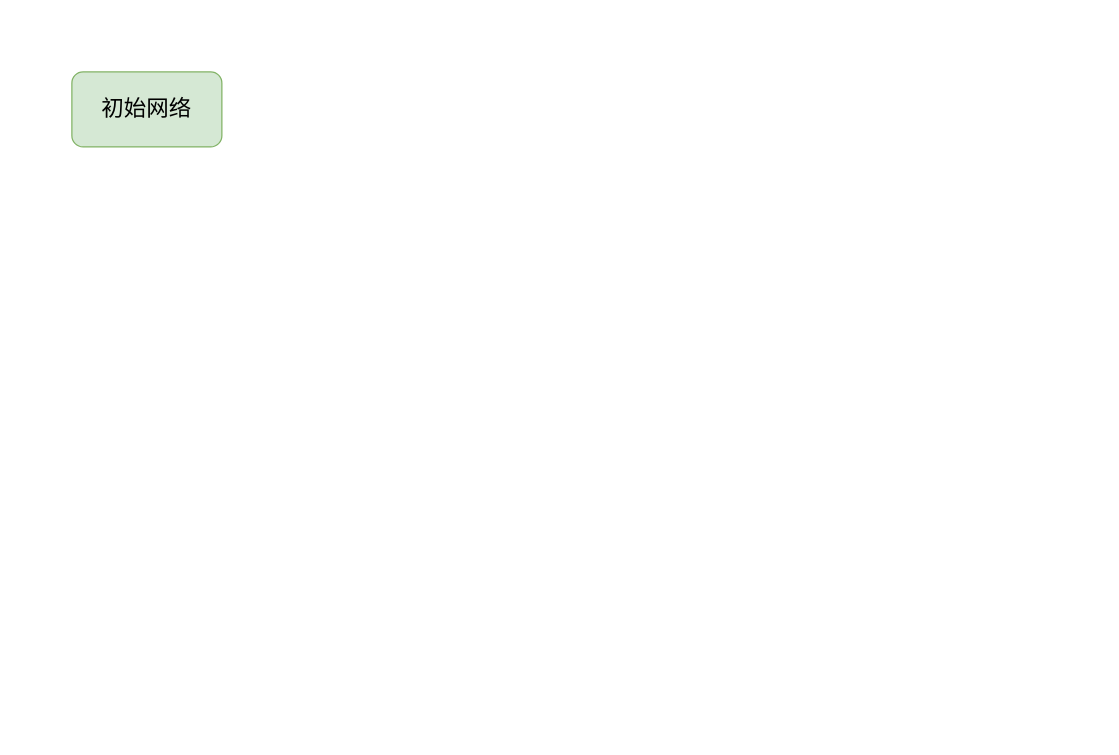
Bukayoooo/Draws keeps this draw.io diagram as 未命名绘图.drawio. Above is the earlier version. Source tidied: cells renumbered, new cells numbered last; positions are measured from the earlier drawing's top-left corner, leaving out a move shared by most shapes. Both pictures are drawn from the tidied source at 125%, with x=0, y=0 at pixel (71, 71).
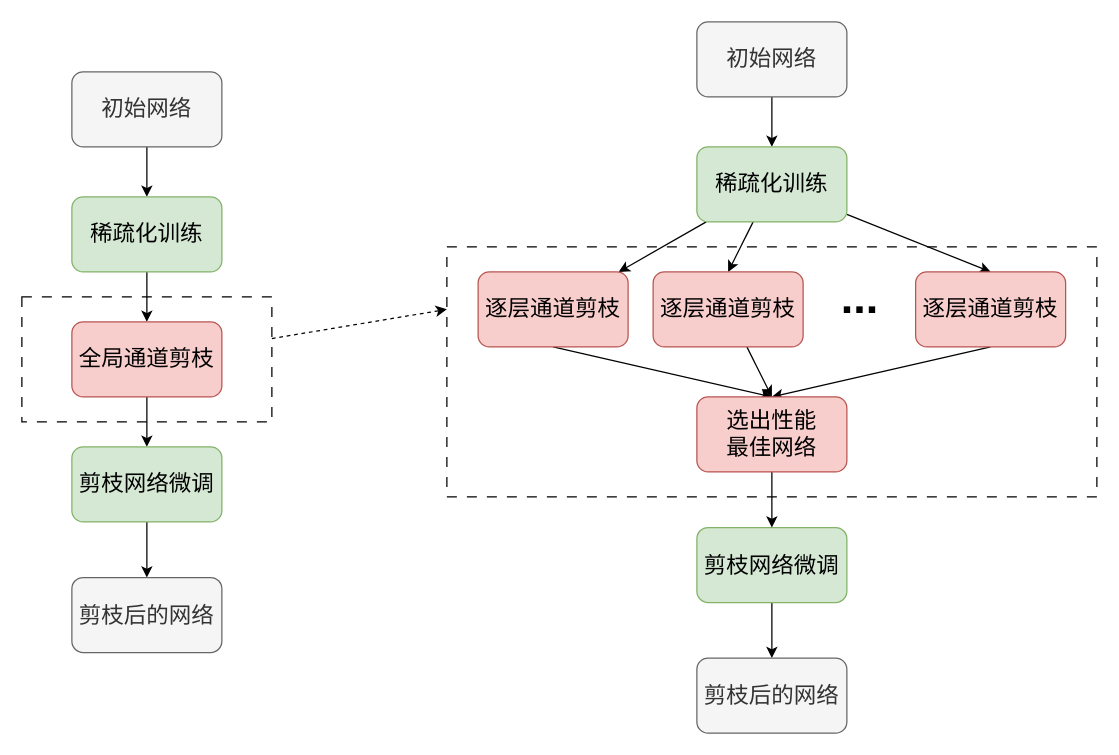
The same diagram, later.

Diff of the diagram source:
```diff
@@
+    <mxCell id="3" style="edgeStyle=orthogonalEdgeStyle;rounded=0;jettySize=auto;html=1;fontSize=18;" parent="1" edge="1" source="2" target="5">
+      <mxGeometry relative="1" as="geometry" />
+    </mxCell>
-    <mxCell id="2" value="&lt;font style=&quot;font-size: 18px;&quot;&gt;初始网络&lt;/font&gt;" style="rounded=1;whiteSpace=wrap;html=1;fillColor=#d5e8d4;strokeColor=#82b366;" parent="1" vertex="1">
+    <mxCell id="2" value="&lt;font style=&quot;font-size: 18px;&quot;&gt;初始网络&lt;/font&gt;" style="rounded=1;whiteSpace=wrap;html=1;fillColor=#f5f5f5;strokeColor=#666666;fontColor=#333333;" parent="1" vertex="1">
       <mxGeometry width="120" height="60" as="geometry" />
     </mxCell>
+    <mxCell id="4" style="edgeStyle=orthogonalEdgeStyle;rounded=0;jettySize=auto;html=1;fontSize=18;" parent="1" edge="1" source="5" target="7">
+      <mxGeometry relative="1" as="geometry" />
+    </mxCell>
+    <mxCell id="5" value="&lt;span style=&quot;font-size: 18px;&quot;&gt;稀疏化训练&lt;/span&gt;" style="rounded=1;whiteSpace=wrap;html=1;fillColor=#d5e8d4;strokeColor=#82b366;" parent="1" vertex="1">
+      <mxGeometry y="100" width="120" height="60" as="geometry" />
+    </mxCell>
+    <mxCell id="6" style="edgeStyle=orthogonalEdgeStyle;rounded=0;jettySize=auto;html=1;fontSize=18;" parent="1" edge="1" source="7" target="9">
+      <mxGeometry relative="1" as="geometry" />
+    </mxCell>
+    <mxCell id="7" value="&lt;span style=&quot;font-size: 18px;&quot;&gt;全局通道剪枝&lt;/span&gt;" style="rounded=1;whiteSpace=wrap;html=1;fillColor=#f8cecc;strokeColor=#b85450;" parent="1" vertex="1">
+      <mxGeometry y="200" width="120" height="60" as="geometry" />
+    </mxCell>
+    <mxCell id="8" style="edgeStyle=orthogonalEdgeStyle;rounded=0;jettySize=auto;html=1;fontSize=18;" parent="1" edge="1" source="9" target="10">
+      <mxGeometry relative="1" as="geometry" />
+    </mxCell>
+    <mxCell id="9" value="&lt;span style=&quot;font-size: 18px;&quot;&gt;剪枝网络微调&lt;/span&gt;" style="rounded=1;whiteSpace=wrap;html=1;fillColor=#d5e8d4;strokeColor=#82b366;" parent="1" vertex="1">
+      <mxGeometry y="300" width="120" height="60" as="geometry" />
+    </mxCell>
+    <mxCell id="10" value="&lt;font style=&quot;font-size: 18px;&quot;&gt;剪枝后的网络&lt;/font&gt;" style="rounded=1;whiteSpace=wrap;html=1;fillColor=#f5f5f5;strokeColor=#666666;fontColor=#333333;" parent="1" vertex="1">
+      <mxGeometry y="404.5" width="120" height="60" as="geometry" />
+    </mxCell>
+    <mxCell id="11" style="edgeStyle=none;rounded=0;jettySize=auto;html=1;entryX=0;entryY=0.25;entryDx=0;entryDy=0;fontSize=36;dashed=1;" parent="1" edge="1" source="12" target="24">
+      <mxGeometry relative="1" as="geometry" />
+    </mxCell>
+    <mxCell id="12" style="rounded=0;whiteSpace=wrap;html=1;fontSize=18;fillColor=none;dashed=1;dashPattern=8 8;" parent="1" vertex="1">
+      <mxGeometry x="-40" y="180" width="200" height="100" as="geometry" />
+    </mxCell>
+    <mxCell id="13" style="edgeStyle=orthogonalEdgeStyle;rounded=0;jettySize=auto;html=1;fontSize=18;" parent="1" edge="1" source="14" target="18">
+      <mxGeometry relative="1" as="geometry" />
+    </mxCell>
+    <mxCell id="14" value="&lt;font style=&quot;font-size: 18px;&quot;&gt;初始网络&lt;/font&gt;" style="rounded=1;whiteSpace=wrap;html=1;fillColor=#f5f5f5;strokeColor=#666666;fontColor=#333333;" parent="1" vertex="1">
+      <mxGeometry x="500" y="-40" width="120" height="60" as="geometry" />
+    </mxCell>
+    <mxCell id="15" style="rounded=0;jettySize=auto;html=1;fontSize=36;" parent="1" edge="1" source="18" target="28">
+      <mxGeometry relative="1" as="geometry" />
+    </mxCell>
+    <mxCell id="16" style="edgeStyle=none;rounded=0;jettySize=auto;html=1;entryX=0.5;entryY=0;entryDx=0;entryDy=0;fontSize=36;" parent="1" edge="1" source="18" target="20">
+      <mxGeometry relative="1" as="geometry" />
+    </mxCell>
+    <mxCell id="17" style="edgeStyle=none;rounded=0;jettySize=auto;html=1;entryX=0.5;entryY=0;entryDx=0;entryDy=0;fontSize=36;" parent="1" edge="1" source="18" target="26">
+      <mxGeometry relative="1" as="geometry" />
+    </mxCell>
+    <mxCell id="18" value="&lt;span style=&quot;font-size: 18px;&quot;&gt;稀疏化训练&lt;/span&gt;" style="rounded=1;whiteSpace=wrap;html=1;fillColor=#d5e8d4;strokeColor=#82b366;" parent="1" vertex="1">
+      <mxGeometry x="500" y="60" width="120" height="60" as="geometry" />
+    </mxCell>
+    <mxCell id="19" style="edgeStyle=none;rounded=0;jettySize=auto;html=1;entryX=0.5;entryY=0;entryDx=0;entryDy=0;fontSize=36;" parent="1" edge="1" source="20" target="31">
+      <mxGeometry relative="1" as="geometry" />
+    </mxCell>
+    <mxCell id="20" value="&lt;span style=&quot;font-size: 18px;&quot;&gt;逐层通道剪枝&lt;/span&gt;" style="rounded=1;whiteSpace=wrap;html=1;fillColor=#f8cecc;strokeColor=#b85450;" parent="1" vertex="1">
+      <mxGeometry x="465" y="160" width="120" height="60" as="geometry" />
+    </mxCell>
+    <mxCell id="21" style="edgeStyle=orthogonalEdgeStyle;rounded=0;jettySize=auto;html=1;fontSize=18;" parent="1" edge="1" source="22" target="23">
+      <mxGeometry relative="1" as="geometry" />
+    </mxCell>
+    <mxCell id="22" value="&lt;span style=&quot;font-size: 18px;&quot;&gt;剪枝网络微调&lt;/span&gt;" style="rounded=1;whiteSpace=wrap;html=1;fillColor=#d5e8d4;strokeColor=#82b366;" parent="1" vertex="1">
+      <mxGeometry x="500" y="364.5" width="120" height="60" as="geometry" />
+    </mxCell>
+    <mxCell id="23" value="&lt;font style=&quot;font-size: 18px;&quot;&gt;剪枝后的网络&lt;/font&gt;" style="rounded=1;whiteSpace=wrap;html=1;fillColor=#f5f5f5;strokeColor=#666666;fontColor=#333333;" parent="1" vertex="1">
+      <mxGeometry x="500" y="469" width="120" height="60" as="geometry" />
+    </mxCell>
+    <mxCell id="24" style="rounded=0;whiteSpace=wrap;html=1;fontSize=18;fillColor=none;dashed=1;dashPattern=8 8;" parent="1" vertex="1">
+      <mxGeometry x="300" y="140" width="520" height="200" as="geometry" />
+    </mxCell>
+    <mxCell id="25" style="edgeStyle=none;rounded=0;jettySize=auto;html=1;entryX=0.5;entryY=0;entryDx=0;entryDy=0;fontSize=36;exitX=0.5;exitY=1;exitDx=0;exitDy=0;" parent="1" edge="1" source="26" target="31">
+      <mxGeometry relative="1" as="geometry" />
+    </mxCell>
+    <mxCell id="26" value="&lt;span style=&quot;font-size: 18px;&quot;&gt;逐层通道剪枝&lt;/span&gt;" style="rounded=1;whiteSpace=wrap;html=1;fillColor=#f8cecc;strokeColor=#b85450;" parent="1" vertex="1">
+      <mxGeometry x="675" y="160" width="120" height="60" as="geometry" />
+    </mxCell>
+    <mxCell id="27" style="edgeStyle=none;rounded=0;jettySize=auto;html=1;entryX=0.5;entryY=0;entryDx=0;entryDy=0;fontSize=36;exitX=0.5;exitY=1;exitDx=0;exitDy=0;" parent="1" edge="1" source="28" target="31">
+      <mxGeometry relative="1" as="geometry" />
+    </mxCell>
+    <mxCell id="28" value="&lt;span style=&quot;font-size: 18px;&quot;&gt;逐层通道剪枝&lt;/span&gt;" style="rounded=1;whiteSpace=wrap;html=1;fillColor=#f8cecc;strokeColor=#b85450;" parent="1" vertex="1">
+      <mxGeometry x="325" y="160" width="120" height="60" as="geometry" />
+    </mxCell>
+    <mxCell id="29" value="&lt;font style=&quot;font-size: 36px;&quot;&gt;&lt;b style=&quot;&quot;&gt;...&lt;/b&gt;&lt;/font&gt;" style="text;html=1;align=center;verticalAlign=middle;strokeColor=none;fillColor=none;fontSize=18;" parent="1" vertex="1">
+      <mxGeometry x="605" y="150" width="50" height="60" as="geometry" />
+    </mxCell>
+    <mxCell id="30" style="edgeStyle=none;rounded=0;jettySize=auto;html=1;fontSize=36;" parent="1" edge="1" source="31" target="22">
+      <mxGeometry relative="1" as="geometry" />
+    </mxCell>
+    <mxCell id="31" value="&lt;span style=&quot;font-size: 18px;&quot;&gt;选出性能&lt;br&gt;最佳网络&lt;/span&gt;" style="rounded=1;whiteSpace=wrap;html=1;fillColor=#f8cecc;strokeColor=#b85450;" parent="1" vertex="1">
+      <mxGeometry x="500" y="260" width="120" height="60" as="geometry" />
+    </mxCell>
```
